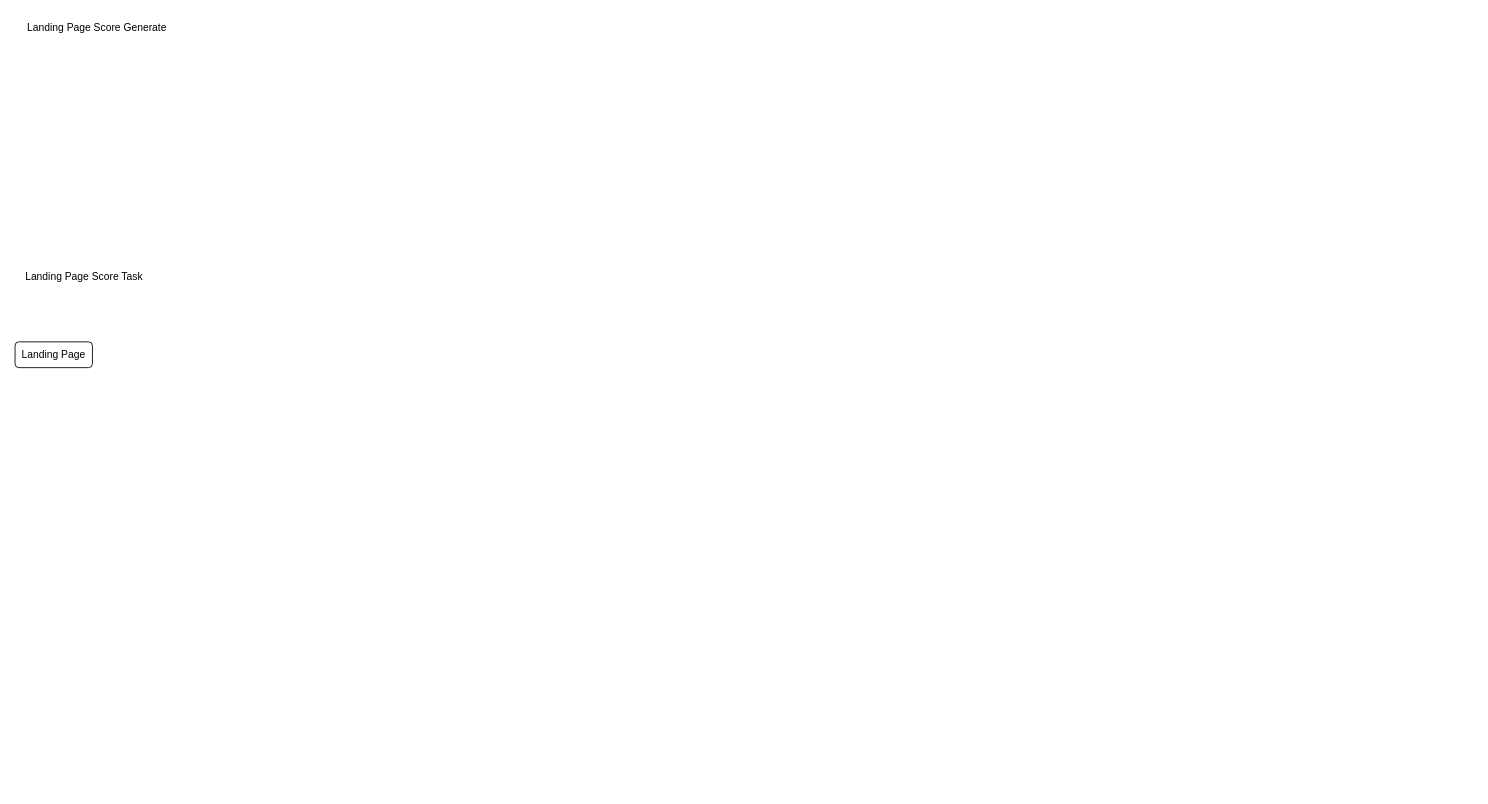
Above: drawio/page_score.drawio in VisableHarry/seo-drawio (draw.io), before the change. Source tidied: cells renumbered, new cells numbered last; positions are measured from the earlier drawing's top-left corner, leaving out a move shared by most shapes. Both pictures are drawn from the tidied source at 86%, with x=0, y=0 at pixel (15, 15).
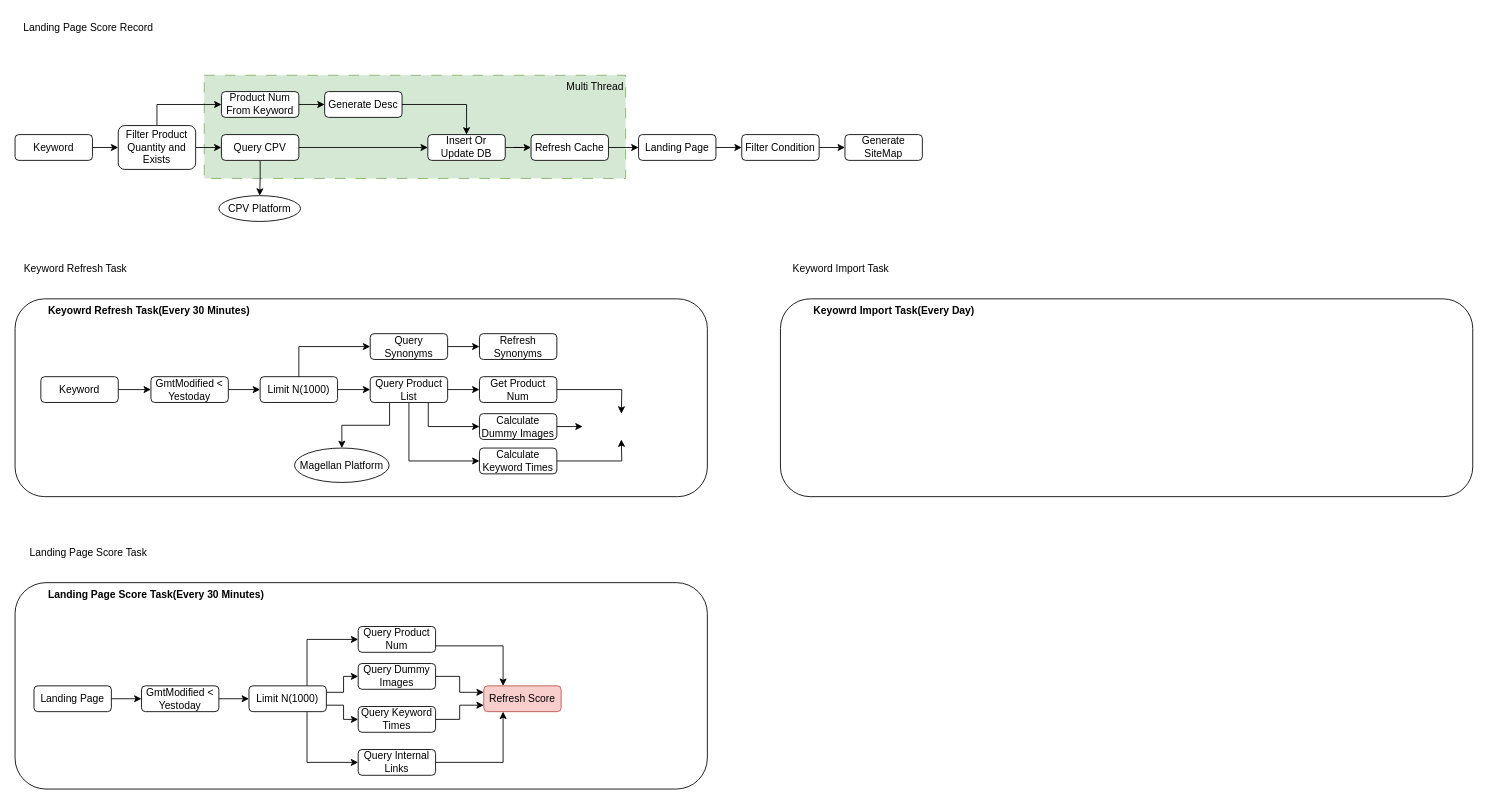
After the change.

What changed in the source:
```diff
@@
-    <mxCell id="2" value="Landing Page" style="rounded=1;whiteSpace=wrap;html=1;" parent="1" vertex="1">
-      <mxGeometry y="380" width="90" height="30" as="geometry" />
-    </mxCell>
+    <mxCell id="5" value="&amp;nbsp; &amp;nbsp; &amp;nbsp; &amp;nbsp; &amp;nbsp; &amp;nbsp;&lt;b&gt;Keyowrd Refresh Task(Every 30 Minutes)&lt;/b&gt;" style="rounded=1;whiteSpace=wrap;html=1;align=left;verticalAlign=top;" parent="1" vertex="1">
+      <mxGeometry y="330" width="805" height="230" as="geometry" />
+    </mxCell>
     <mxCell id="3" value="Landing Page Score Task" style="text;html=1;align=center;verticalAlign=middle;strokeColor=none;fillColor=none;" parent="1" vertex="1">
-      <mxGeometry y="290" width="160" height="30" as="geometry" />
+      <mxGeometry x="5" y="610" width="160" height="30" as="geometry" />
     </mxCell>
-    <mxCell id="4" value="Landing Page Score Generate" style="text;html=1;align=center;verticalAlign=middle;strokeColor=none;fillColor=none;" parent="1" vertex="1">
-      <mxGeometry width="190" height="30" as="geometry" />
+    <mxCell id="4" value="Landing Page Score Record" style="text;html=1;align=center;verticalAlign=middle;strokeColor=none;fillColor=none;" parent="1" vertex="1">
+      <mxGeometry width="170" height="30" as="geometry" />
     </mxCell>
+    <mxCell id="6" value="Multi Thread" style="rounded=0;whiteSpace=wrap;html=1;align=right;verticalAlign=top;fillColor=#d5e8d4;strokeColor=#82b366;dashed=1;dashPattern=12 12;" parent="1" vertex="1">
+      <mxGeometry x="220" y="70" width="490" height="120" as="geometry" />
+    </mxCell>
+    <mxCell id="7" style="edgeStyle=orthogonalEdgeStyle;rounded=0;jettySize=auto;html=1;exitX=1;exitY=0.5;exitDx=0;exitDy=0;entryX=0;entryY=0.5;entryDx=0;entryDy=0;" parent="1" edge="1" source="8" target="11">
+      <mxGeometry relative="1" as="geometry" />
+    </mxCell>
+    <mxCell id="8" value="Keyword" style="rounded=1;whiteSpace=wrap;html=1;" parent="1" vertex="1">
+      <mxGeometry y="139" width="90" height="30" as="geometry" />
+    </mxCell>
+    <mxCell id="9" style="edgeStyle=orthogonalEdgeStyle;rounded=0;jettySize=auto;html=1;exitX=1;exitY=0.5;exitDx=0;exitDy=0;entryX=0;entryY=0.5;entryDx=0;entryDy=0;" parent="1" edge="1" source="11" target="14">
+      <mxGeometry relative="1" as="geometry" />
+    </mxCell>
+    <mxCell id="10" style="edgeStyle=orthogonalEdgeStyle;rounded=0;jettySize=auto;html=1;exitX=0.5;exitY=0;exitDx=0;exitDy=0;entryX=0;entryY=0.5;entryDx=0;entryDy=0;" parent="1" edge="1" source="11" target="20">
+      <mxGeometry relative="1" as="geometry" />
+    </mxCell>
+    <mxCell id="11" value="Filter Product Quantity and Exists" style="rounded=1;whiteSpace=wrap;html=1;" parent="1" vertex="1">
+      <mxGeometry x="120" y="128.5" width="90" height="51" as="geometry" />
+    </mxCell>
+    <mxCell id="12" style="edgeStyle=orthogonalEdgeStyle;rounded=0;jettySize=auto;html=1;exitX=1;exitY=0.5;exitDx=0;exitDy=0;entryX=0;entryY=0.5;entryDx=0;entryDy=0;" parent="1" edge="1" source="14" target="18">
+      <mxGeometry relative="1" as="geometry" />
+    </mxCell>
+    <mxCell id="13" style="edgeStyle=orthogonalEdgeStyle;rounded=0;jettySize=auto;html=1;exitX=0.5;exitY=1;exitDx=0;exitDy=0;entryX=0.5;entryY=0;entryDx=0;entryDy=0;" parent="1" edge="1" source="14" target="21">
+      <mxGeometry relative="1" as="geometry" />
+    </mxCell>
+    <mxCell id="14" value="Query CPV" style="rounded=1;whiteSpace=wrap;html=1;" parent="1" vertex="1">
+      <mxGeometry x="240" y="139" width="90" height="30" as="geometry" />
+    </mxCell>
+    <mxCell id="15" style="edgeStyle=orthogonalEdgeStyle;rounded=0;jettySize=auto;html=1;exitX=1;exitY=0.5;exitDx=0;exitDy=0;entryX=0.5;entryY=0;entryDx=0;entryDy=0;" parent="1" edge="1" source="16" target="18">
+      <mxGeometry relative="1" as="geometry" />
+    </mxCell>
+    <mxCell id="16" value="Generate Desc" style="rounded=1;whiteSpace=wrap;html=1;" parent="1" vertex="1">
+      <mxGeometry x="360" y="89" width="90" height="30" as="geometry" />
+    </mxCell>
+    <mxCell id="17" style="edgeStyle=orthogonalEdgeStyle;rounded=0;jettySize=auto;html=1;exitX=1;exitY=0.5;exitDx=0;exitDy=0;" parent="1" edge="1" source="18" target="35">
+      <mxGeometry relative="1" as="geometry" />
+    </mxCell>
+    <mxCell id="18" value="Insert Or Update DB" style="rounded=1;whiteSpace=wrap;html=1;" parent="1" vertex="1">
+      <mxGeometry x="480" y="139" width="90" height="30" as="geometry" />
+    </mxCell>
+    <mxCell id="19" style="edgeStyle=orthogonalEdgeStyle;rounded=0;jettySize=auto;html=1;exitX=1;exitY=0.5;exitDx=0;exitDy=0;entryX=0;entryY=0.5;entryDx=0;entryDy=0;" parent="1" edge="1" source="20" target="16">
+      <mxGeometry relative="1" as="geometry" />
+    </mxCell>
+    <mxCell id="20" value="&lt;div&gt;Product Num From Keyword&lt;/div&gt;" style="rounded=1;whiteSpace=wrap;html=1;" parent="1" vertex="1">
+      <mxGeometry x="240" y="89" width="90" height="30" as="geometry" />
+    </mxCell>
+    <mxCell id="21" value="CPV Platform" style="ellipse;whiteSpace=wrap;html=1;" parent="1" vertex="1">
+      <mxGeometry x="237" y="210" width="95" height="30" as="geometry" />
+    </mxCell>
+    <mxCell id="22" value="&lt;b&gt;&amp;nbsp; &amp;nbsp; &amp;nbsp; &amp;nbsp; &amp;nbsp; &amp;nbsp;Landing Page&amp;nbsp;Score Task(Every 30 Minutes)&lt;/b&gt;" style="rounded=1;whiteSpace=wrap;html=1;align=left;verticalAlign=top;" parent="1" vertex="1">
+      <mxGeometry y="660" width="805" height="240" as="geometry" />
+    </mxCell>
+    <mxCell id="23" style="edgeStyle=orthogonalEdgeStyle;rounded=0;jettySize=auto;html=1;exitX=1;exitY=0.5;exitDx=0;exitDy=0;entryX=0;entryY=0.5;entryDx=0;entryDy=0;" parent="1" edge="1" source="2" target="25">
+      <mxGeometry relative="1" as="geometry" />
+    </mxCell>
+    <mxCell id="2" value="Landing Page" style="rounded=1;whiteSpace=wrap;html=1;" parent="1" vertex="1">
+      <mxGeometry x="22" y="780" width="90" height="30" as="geometry" />
+    </mxCell>
+    <mxCell id="24" style="edgeStyle=orthogonalEdgeStyle;rounded=0;jettySize=auto;html=1;exitX=1;exitY=0.5;exitDx=0;exitDy=0;entryX=0;entryY=0.5;entryDx=0;entryDy=0;" parent="1" edge="1" source="25" target="30">
+      <mxGeometry relative="1" as="geometry" />
+    </mxCell>
+    <mxCell id="25" value="GmtModified &amp;lt; Yestoday" style="rounded=1;whiteSpace=wrap;html=1;" parent="1" vertex="1">
+      <mxGeometry x="147" y="780" width="90" height="30" as="geometry" />
+    </mxCell>
+    <mxCell id="26" style="edgeStyle=orthogonalEdgeStyle;rounded=0;jettySize=auto;html=1;exitX=0.75;exitY=0;exitDx=0;exitDy=0;entryX=0;entryY=0.5;entryDx=0;entryDy=0;" parent="1" edge="1" source="30" target="32">
+      <mxGeometry relative="1" as="geometry" />
+    </mxCell>
+    <mxCell id="27" style="edgeStyle=orthogonalEdgeStyle;rounded=0;jettySize=auto;html=1;exitX=1;exitY=0.25;exitDx=0;exitDy=0;entryX=0;entryY=0.5;entryDx=0;entryDy=0;" parent="1" edge="1" source="30" target="37">
+      <mxGeometry relative="1" as="geometry" />
+    </mxCell>
+    <mxCell id="28" style="edgeStyle=orthogonalEdgeStyle;rounded=0;jettySize=auto;html=1;exitX=1;exitY=0.75;exitDx=0;exitDy=0;entryX=0;entryY=0.5;entryDx=0;entryDy=0;" parent="1" edge="1" source="30" target="39">
+      <mxGeometry relative="1" as="geometry" />
+    </mxCell>
+    <mxCell id="29" style="edgeStyle=orthogonalEdgeStyle;rounded=0;jettySize=auto;html=1;exitX=0.75;exitY=1;exitDx=0;exitDy=0;entryX=0;entryY=0.5;entryDx=0;entryDy=0;" parent="1" edge="1" source="30" target="41">
+      <mxGeometry relative="1" as="geometry" />
+    </mxCell>
+    <mxCell id="30" value="Limit N(1000)" style="rounded=1;whiteSpace=wrap;html=1;" parent="1" vertex="1">
+      <mxGeometry x="272" y="780" width="90" height="30" as="geometry" />
+    </mxCell>
+    <mxCell id="31" style="edgeStyle=orthogonalEdgeStyle;rounded=0;jettySize=auto;html=1;exitX=1;exitY=0.75;exitDx=0;exitDy=0;entryX=0.25;entryY=0;entryDx=0;entryDy=0;" parent="1" edge="1" source="32" target="33">
+      <mxGeometry relative="1" as="geometry" />
+    </mxCell>
+    <mxCell id="32" value="Query Product Num" style="rounded=1;whiteSpace=wrap;html=1;" parent="1" vertex="1">
+      <mxGeometry x="399" y="711" width="90" height="30" as="geometry" />
+    </mxCell>
+    <mxCell id="33" value="Refresh Score" style="rounded=1;whiteSpace=wrap;html=1;fillColor=#f8cecc;strokeColor=#b85450;" parent="1" vertex="1">
+      <mxGeometry x="545" y="780" width="90" height="30" as="geometry" />
+    </mxCell>
+    <mxCell id="34" style="edgeStyle=orthogonalEdgeStyle;rounded=0;jettySize=auto;html=1;exitX=1;exitY=0.5;exitDx=0;exitDy=0;entryX=0;entryY=0.5;entryDx=0;entryDy=0;" parent="1" edge="1" source="35" target="43">
+      <mxGeometry relative="1" as="geometry" />
+    </mxCell>
+    <mxCell id="35" value="Refresh Cache" style="rounded=1;whiteSpace=wrap;html=1;" parent="1" vertex="1">
+      <mxGeometry x="600" y="139" width="90" height="30" as="geometry" />
+    </mxCell>
+    <mxCell id="36" style="edgeStyle=orthogonalEdgeStyle;rounded=0;jettySize=auto;html=1;exitX=1;exitY=0.5;exitDx=0;exitDy=0;entryX=0;entryY=0.25;entryDx=0;entryDy=0;" parent="1" edge="1" source="37" target="33">
+      <mxGeometry relative="1" as="geometry" />
+    </mxCell>
+    <mxCell id="37" value="Query Dummy Images" style="rounded=1;whiteSpace=wrap;html=1;" parent="1" vertex="1">
+      <mxGeometry x="399" y="754" width="90" height="30" as="geometry" />
+    </mxCell>
+    <mxCell id="38" style="edgeStyle=orthogonalEdgeStyle;rounded=0;jettySize=auto;html=1;exitX=1;exitY=0.5;exitDx=0;exitDy=0;entryX=0;entryY=0.75;entryDx=0;entryDy=0;" parent="1" edge="1" source="39" target="33">
+      <mxGeometry relative="1" as="geometry" />
+    </mxCell>
+    <mxCell id="39" value="Query Keyword Times" style="rounded=1;whiteSpace=wrap;html=1;" parent="1" vertex="1">
+      <mxGeometry x="399" y="804" width="90" height="30" as="geometry" />
+    </mxCell>
+    <mxCell id="40" style="edgeStyle=orthogonalEdgeStyle;rounded=0;jettySize=auto;html=1;exitX=1;exitY=0.5;exitDx=0;exitDy=0;entryX=0.25;entryY=1;entryDx=0;entryDy=0;" parent="1" edge="1" source="41" target="33">
+      <mxGeometry relative="1" as="geometry" />
+    </mxCell>
+    <mxCell id="41" value="Query Internal Links" style="rounded=1;whiteSpace=wrap;html=1;" parent="1" vertex="1">
+      <mxGeometry x="399" y="854" width="90" height="30" as="geometry" />
+    </mxCell>
+    <mxCell id="42" style="edgeStyle=orthogonalEdgeStyle;rounded=0;jettySize=auto;html=1;exitX=1;exitY=0.5;exitDx=0;exitDy=0;entryX=0;entryY=0.5;entryDx=0;entryDy=0;shadow=0;" parent="1" edge="1" source="43" target="45">
+      <mxGeometry relative="1" as="geometry" />
+    </mxCell>
+    <mxCell id="43" value="Landing Page" style="rounded=1;whiteSpace=wrap;html=1;shadow=0;" parent="1" vertex="1">
+      <mxGeometry x="725" y="139" width="90" height="30" as="geometry" />
+    </mxCell>
+    <mxCell id="44" style="edgeStyle=orthogonalEdgeStyle;rounded=0;jettySize=auto;html=1;exitX=1;exitY=0.5;exitDx=0;exitDy=0;entryX=0;entryY=0.5;entryDx=0;entryDy=0;shadow=0;" parent="1" edge="1" source="45">
+      <mxGeometry relative="1" as="geometry">
+        <mxPoint x="965" y="154" as="targetPoint" />
+      </mxGeometry>
+    </mxCell>
+    <mxCell id="45" value="Filter Condition" style="rounded=1;whiteSpace=wrap;html=1;shadow=0;" parent="1" vertex="1">
+      <mxGeometry x="845" y="139" width="90" height="30" as="geometry" />
+    </mxCell>
+    <mxCell id="46" value="Generate SiteMap" style="rounded=1;whiteSpace=wrap;html=1;shadow=0;" parent="1" vertex="1">
+      <mxGeometry x="965" y="139" width="90" height="30" as="geometry" />
+    </mxCell>
+    <mxCell id="47" value="Keyword Refresh Task" style="text;html=1;align=center;verticalAlign=middle;strokeColor=none;fillColor=none;" parent="1" vertex="1">
+      <mxGeometry y="280" width="140" height="30" as="geometry" />
+    </mxCell>
+    <mxCell id="48" style="edgeStyle=orthogonalEdgeStyle;rounded=0;jettySize=auto;html=1;exitX=1;exitY=0.5;exitDx=0;exitDy=0;entryX=0;entryY=0.5;entryDx=0;entryDy=0;" parent="1" edge="1" source="49" target="59">
+      <mxGeometry relative="1" as="geometry" />
+    </mxCell>
+    <mxCell id="49" value="Keyword" style="rounded=1;whiteSpace=wrap;html=1;" parent="1" vertex="1">
+      <mxGeometry x="30" y="420.5" width="90" height="30" as="geometry" />
+    </mxCell>
+    <mxCell id="50" style="edgeStyle=orthogonalEdgeStyle;rounded=0;jettySize=auto;html=1;exitX=1;exitY=0.5;exitDx=0;exitDy=0;entryX=0;entryY=0.5;entryDx=0;entryDy=0;" parent="1" edge="1" source="54" target="57">
+      <mxGeometry relative="1" as="geometry" />
+    </mxCell>
+    <mxCell id="51" style="edgeStyle=orthogonalEdgeStyle;rounded=0;jettySize=auto;html=1;exitX=0.75;exitY=1;exitDx=0;exitDy=0;entryX=0;entryY=0.5;entryDx=0;entryDy=0;" parent="1" edge="1" source="54" target="67">
+      <mxGeometry relative="1" as="geometry" />
+    </mxCell>
+    <mxCell id="52" style="edgeStyle=orthogonalEdgeStyle;rounded=0;jettySize=auto;html=1;exitX=0.5;exitY=1;exitDx=0;exitDy=0;entryX=0;entryY=0.5;entryDx=0;entryDy=0;" parent="1" edge="1" source="54" target="69">
+      <mxGeometry relative="1" as="geometry" />
+    </mxCell>
+    <mxCell id="53" style="edgeStyle=orthogonalEdgeStyle;rounded=0;jettySize=auto;html=1;exitX=0.25;exitY=1;exitDx=0;exitDy=0;entryX=0.5;entryY=0;entryDx=0;entryDy=0;" parent="1" edge="1" source="54" target="55">
+      <mxGeometry relative="1" as="geometry" />
+    </mxCell>
+    <mxCell id="54" value="Query Product List" style="rounded=1;whiteSpace=wrap;html=1;" parent="1" vertex="1">
+      <mxGeometry x="413" y="420.5" width="90" height="30" as="geometry" />
+    </mxCell>
+    <mxCell id="55" value="Magellan Platform" style="ellipse;whiteSpace=wrap;html=1;" parent="1" vertex="1">
+      <mxGeometry x="325" y="503.5" width="110" height="40" as="geometry" />
+    </mxCell>
+    <mxCell id="56" style="edgeStyle=orthogonalEdgeStyle;rounded=0;jettySize=auto;html=1;exitX=1;exitY=0.5;exitDx=0;exitDy=0;entryX=0.5;entryY=0;entryDx=0;entryDy=0;" parent="1" edge="1" source="57">
+      <mxGeometry relative="1" as="geometry">
+        <mxPoint x="705" y="463.5" as="targetPoint" />
+      </mxGeometry>
+    </mxCell>
+    <mxCell id="57" value="Get Product Num" style="rounded=1;whiteSpace=wrap;html=1;" parent="1" vertex="1">
+      <mxGeometry x="540" y="420.5" width="90" height="30" as="geometry" />
+    </mxCell>
+    <mxCell id="58" style="edgeStyle=orthogonalEdgeStyle;rounded=0;jettySize=auto;html=1;exitX=1;exitY=0.5;exitDx=0;exitDy=0;entryX=0;entryY=0.5;entryDx=0;entryDy=0;" parent="1" edge="1" source="59" target="62">
+      <mxGeometry relative="1" as="geometry" />
+    </mxCell>
+    <mxCell id="59" value="GmtModified &amp;lt; Yestoday" style="rounded=1;whiteSpace=wrap;html=1;" parent="1" vertex="1">
+      <mxGeometry x="158" y="420.5" width="90" height="30" as="geometry" />
+    </mxCell>
+    <mxCell id="60" style="edgeStyle=orthogonalEdgeStyle;rounded=0;jettySize=auto;html=1;exitX=1;exitY=0.5;exitDx=0;exitDy=0;entryX=0;entryY=0.5;entryDx=0;entryDy=0;" parent="1" edge="1" source="62" target="54">
+      <mxGeometry relative="1" as="geometry" />
+    </mxCell>
+    <mxCell id="61" style="edgeStyle=orthogonalEdgeStyle;rounded=0;jettySize=auto;html=1;exitX=0.5;exitY=0;exitDx=0;exitDy=0;entryX=0;entryY=0.5;entryDx=0;entryDy=0;" parent="1" edge="1" source="62" target="64">
+      <mxGeometry relative="1" as="geometry" />
+    </mxCell>
+    <mxCell id="62" value="Limit N(1000)" style="rounded=1;whiteSpace=wrap;html=1;" parent="1" vertex="1">
+      <mxGeometry x="285" y="420.5" width="90" height="30" as="geometry" />
+    </mxCell>
+    <mxCell id="63" style="edgeStyle=orthogonalEdgeStyle;rounded=0;jettySize=auto;html=1;exitX=1;exitY=0.5;exitDx=0;exitDy=0;entryX=0;entryY=0.5;entryDx=0;entryDy=0;" parent="1" edge="1" source="64" target="65">
+      <mxGeometry relative="1" as="geometry" />
+    </mxCell>
+    <mxCell id="64" value="Query Synonyms" style="rounded=1;whiteSpace=wrap;html=1;" parent="1" vertex="1">
+      <mxGeometry x="413" y="370.5" width="90" height="30" as="geometry" />
+    </mxCell>
+    <mxCell id="65" value="Refresh Synonyms" style="rounded=1;whiteSpace=wrap;html=1;" parent="1" vertex="1">
+      <mxGeometry x="540" y="370.5" width="90" height="30" as="geometry" />
+    </mxCell>
+    <mxCell id="66" style="edgeStyle=orthogonalEdgeStyle;rounded=0;jettySize=auto;html=1;exitX=1;exitY=0.5;exitDx=0;exitDy=0;entryX=0;entryY=0.5;entryDx=0;entryDy=0;" parent="1" edge="1" source="67">
+      <mxGeometry relative="1" as="geometry">
+        <mxPoint x="660" y="478.5" as="targetPoint" />
+      </mxGeometry>
+    </mxCell>
+    <mxCell id="67" value="Calculate Dummy Images" style="rounded=1;whiteSpace=wrap;html=1;" parent="1" vertex="1">
+      <mxGeometry x="540" y="463.5" width="90" height="30" as="geometry" />
+    </mxCell>
+    <mxCell id="68" style="edgeStyle=orthogonalEdgeStyle;rounded=0;jettySize=auto;html=1;exitX=1;exitY=0.5;exitDx=0;exitDy=0;entryX=0.5;entryY=1;entryDx=0;entryDy=0;" parent="1" edge="1" source="69">
+      <mxGeometry relative="1" as="geometry">
+        <mxPoint x="705" y="493.5" as="targetPoint" />
+      </mxGeometry>
+    </mxCell>
+    <mxCell id="69" value="Calculate Keyword Times" style="rounded=1;whiteSpace=wrap;html=1;" parent="1" vertex="1">
+      <mxGeometry x="540" y="503.5" width="90" height="30" as="geometry" />
+    </mxCell>
+    <mxCell id="70" value="Keyword Import Task" style="text;html=1;align=center;verticalAlign=middle;strokeColor=none;fillColor=none;" parent="1" vertex="1">
+      <mxGeometry x="890" y="280" width="140" height="30" as="geometry" />
+    </mxCell>
+    <mxCell id="71" value="&amp;nbsp; &amp;nbsp; &amp;nbsp; &amp;nbsp; &amp;nbsp; &amp;nbsp;&lt;b&gt;Keyowrd Import Task(Every Day)&lt;/b&gt;" style="rounded=1;whiteSpace=wrap;html=1;align=left;verticalAlign=top;" parent="1" vertex="1">
+      <mxGeometry x="890" y="330" width="805" height="230" as="geometry" />
+    </mxCell>
```
